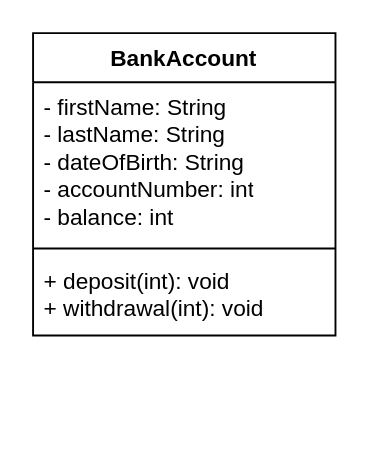
Before: BankAccount.drawio in H8S8/labSingleClassBankAccount, a draw.io diagram. Source tidied: cells renumbered, new cells numbered last; positions are measured from the earlier drawing's top-left corner, leaving out a move shared by most shapes. Both pictures are drawn from the tidied source at 189%, with x=0, y=0 at pixel (32, 32).
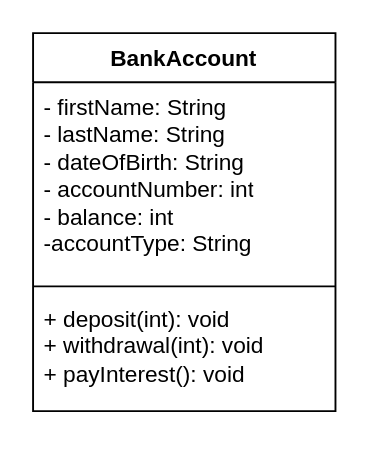
The same diagram, later.

Commit message (it also covers changes not shown here):
add accountType property

Change to the diagram source:
```diff
@@
 <mxGraphModel>
   <root>
     <mxCell id="0" />
     <mxCell id="1" parent="0" />
     <mxCell id="2" value="BankAccount" style="swimlane;fontStyle=1;align=center;verticalAlign=top;horizontal=1;startSize=26;whiteSpace=wrap;html=1;" parent="1" vertex="1">
-      <mxGeometry width="160" height="160" as="geometry" />
+      <mxGeometry width="160" height="200" as="geometry" />
     </mxCell>
-    <mxCell id="3" value="- firstName: String&lt;br&gt;- lastName: String&lt;br&gt;- dateOfBirth: String&lt;br&gt;- accountNumber: int&lt;br&gt;- balance: int" style="text;strokeColor=none;fillColor=none;align=left;verticalAlign=top;spacingLeft=4;spacingRight=4;overflow=hidden;whiteSpace=wrap;html=1;" parent="2" vertex="1">
-      <mxGeometry y="26" width="160" height="84" as="geometry" />
+    <mxCell id="3" value="- firstName: String&lt;br&gt;- lastName: String&lt;br&gt;- dateOfBirth: String&lt;br&gt;- accountNumber: int&lt;br&gt;- balance: int&lt;br&gt;-accountType: String" style="text;strokeColor=none;fillColor=none;align=left;verticalAlign=top;spacingLeft=4;spacingRight=4;overflow=hidden;whiteSpace=wrap;html=1;" parent="2" vertex="1">
+      <mxGeometry y="26" width="160" height="104" as="geometry" />
     </mxCell>
     <mxCell id="4" style="line;strokeWidth=1;fillColor=none;align=left;verticalAlign=middle;spacingTop=-1;spacingLeft=3;spacingRight=3;labelPosition=right;strokeColor=inherit;" parent="2" vertex="1">
-      <mxGeometry y="110" width="160" height="8" as="geometry" />
+      <mxGeometry y="130" width="160" height="8" as="geometry" />
     </mxCell>
-    <mxCell id="5" value="+ deposit(int): void&lt;br&gt;+ withdrawal(int): void" style="text;strokeColor=none;fillColor=none;align=left;verticalAlign=top;spacingLeft=4;spacingRight=4;overflow=hidden;whiteSpace=wrap;html=1;" parent="2" vertex="1">
-      <mxGeometry y="118" width="160" height="42" as="geometry" />
+    <mxCell id="5" value="+ deposit(int): void&lt;br&gt;+ withdrawal(int): void&lt;br&gt;+ payInterest(): void" style="text;strokeColor=none;fillColor=none;align=left;verticalAlign=top;spacingLeft=4;spacingRight=4;overflow=hidden;whiteSpace=wrap;html=1;" parent="2" vertex="1">
+      <mxGeometry y="138" width="160" height="62" as="geometry" />
     </mxCell>
   </root>
 </mxGraphModel>
```
